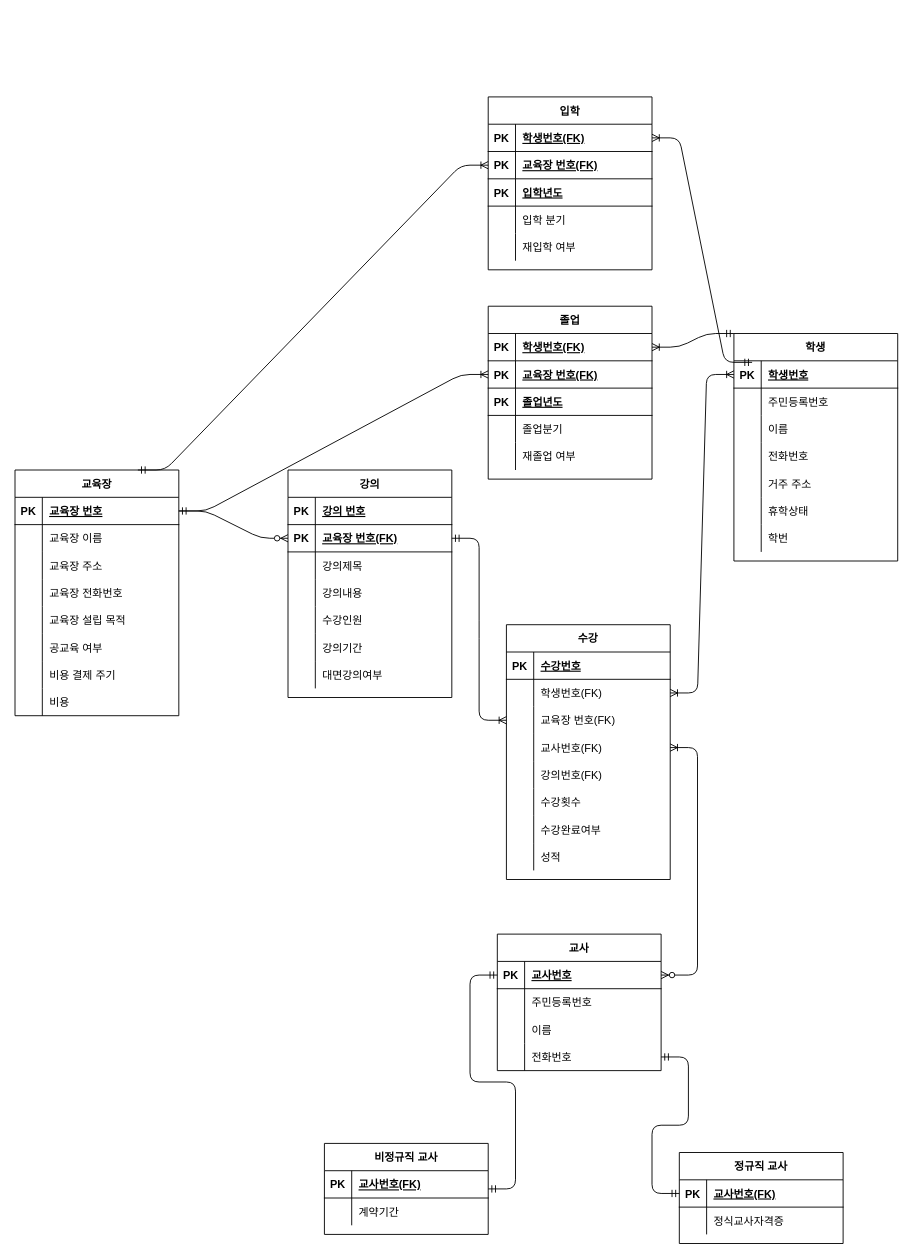
iks15174/block_crash_javascripte keeps this draw.io diagram as Untitled Diagram.drawio. Above is the earlier version. Source tidied: cells renumbered, new cells numbered last; positions are measured from the earlier drawing's top-left corner, leaving out a move shared by most shapes. Both pictures are drawn from the tidied source at 91%, with x=0, y=0 at pixel (15, 96).
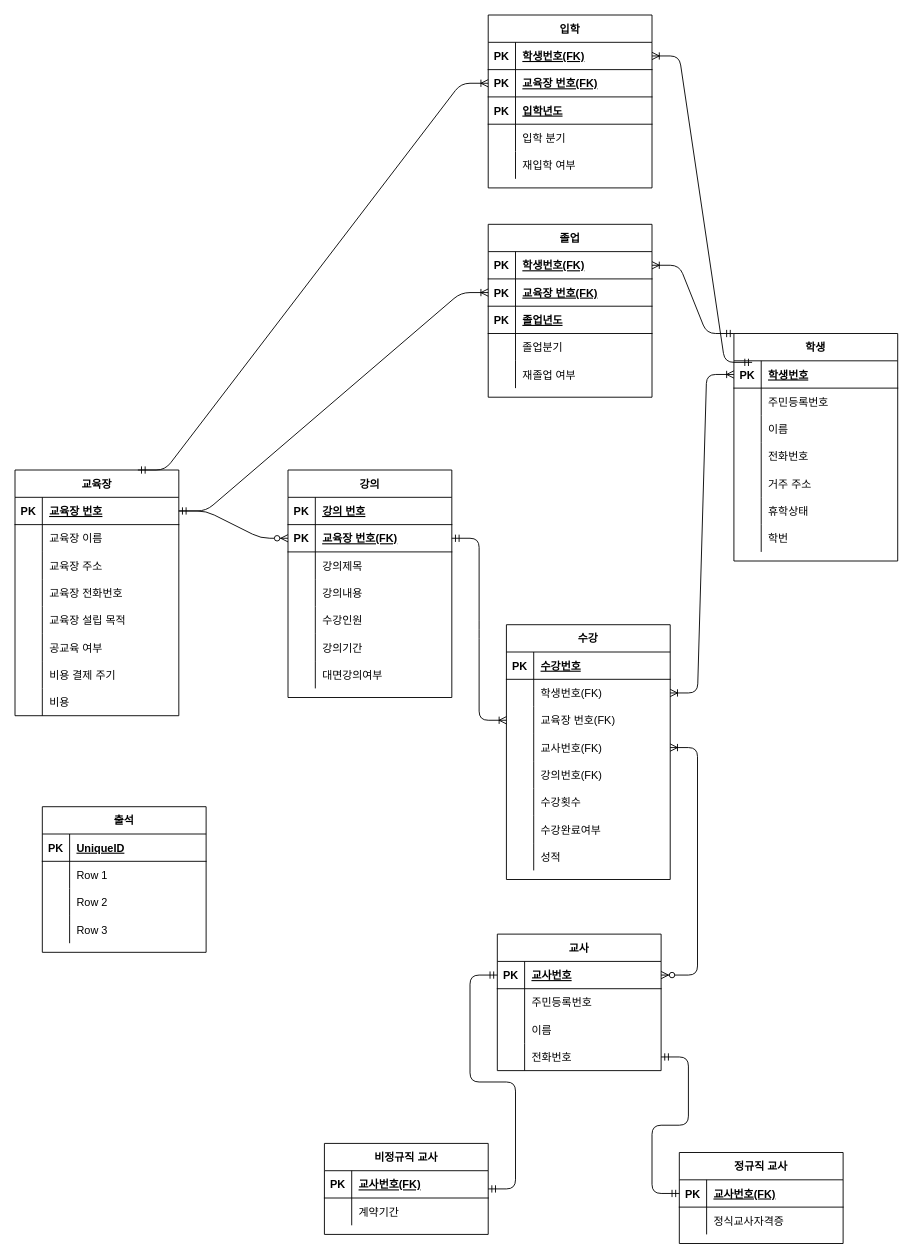
The same diagram, later.

Change to the diagram source:
```diff
@@
     <mxCell id="129" value="입학" style="shape=table;startSize=30;childLayout=tableLayout;rowLines=0;fontStyle=1;align=center;" parent="1" vertex="1">
-      <mxGeometry x="520" width="180" height="190" as="geometry" />
+      <mxGeometry x="520" y="-90" width="180" height="190" as="geometry" />
     </mxCell>
@@
     <mxCell id="145" value="졸업" style="shape=table;startSize=30;childLayout=tableLayout;rowLines=0;fontStyle=1;align=center;" parent="1" vertex="1">
-      <mxGeometry x="520" y="230" width="180" height="190" as="geometry" />
+      <mxGeometry x="520" y="140" width="180" height="190" as="geometry" />
     </mxCell>
@@
+    <mxCell id="165" value="출석" style="shape=table;startSize=30;childLayout=tableLayout;rowLines=0;fontStyle=1;align=center;" parent="1" vertex="1">
+      <mxGeometry x="30" y="780" width="180" height="160" as="geometry" />
+    </mxCell>
+    <mxCell id="166" style="shape=partialRectangle;fillColor=none;top=0;left=0;bottom=1;right=0;" parent="165" vertex="1">
+      <mxGeometry y="30" width="180" height="30" as="geometry" />
+    </mxCell>
+    <mxCell id="167" value="PK" style="shape=partialRectangle;fillColor=none;top=0;left=0;bottom=0;right=0;fontStyle=1;overflow=hidden;" parent="166" vertex="1">
+      <mxGeometry width="30" height="30" as="geometry" />
+    </mxCell>
+    <mxCell id="168" value="UniqueID" style="shape=partialRectangle;fillColor=none;top=0;left=0;bottom=0;right=0;align=left;spacingLeft=6;fontStyle=5;overflow=hidden;" parent="166" vertex="1">
+      <mxGeometry x="30" width="150" height="30" as="geometry" />
+    </mxCell>
+    <mxCell id="169" style="shape=partialRectangle;fillColor=none;top=0;left=0;bottom=0;right=0;" parent="165" vertex="1">
+      <mxGeometry y="60" width="180" height="30" as="geometry" />
+    </mxCell>
+    <mxCell id="170" style="shape=partialRectangle;fillColor=none;top=0;left=0;bottom=0;right=0;overflow=hidden;" parent="169" vertex="1">
+      <mxGeometry width="30" height="30" as="geometry" />
+    </mxCell>
+    <mxCell id="171" value="Row 1" style="shape=partialRectangle;fillColor=none;top=0;left=0;bottom=0;right=0;align=left;spacingLeft=6;overflow=hidden;" parent="169" vertex="1">
+      <mxGeometry x="30" width="150" height="30" as="geometry" />
+    </mxCell>
+    <mxCell id="172" style="shape=partialRectangle;fillColor=none;top=0;left=0;bottom=0;right=0;" parent="165" vertex="1">
+      <mxGeometry y="90" width="180" height="30" as="geometry" />
+    </mxCell>
+    <mxCell id="173" style="shape=partialRectangle;fillColor=none;top=0;left=0;bottom=0;right=0;overflow=hidden;" parent="172" vertex="1">
+      <mxGeometry width="30" height="30" as="geometry" />
+    </mxCell>
+    <mxCell id="174" value="Row 2" style="shape=partialRectangle;fillColor=none;top=0;left=0;bottom=0;right=0;align=left;spacingLeft=6;overflow=hidden;" parent="172" vertex="1">
+      <mxGeometry x="30" width="150" height="30" as="geometry" />
+    </mxCell>
+    <mxCell id="175" style="shape=partialRectangle;fillColor=none;top=0;left=0;bottom=0;right=0;" parent="165" vertex="1">
+      <mxGeometry y="120" width="180" height="30" as="geometry" />
+    </mxCell>
+    <mxCell id="176" style="shape=partialRectangle;fillColor=none;top=0;left=0;bottom=0;right=0;overflow=hidden;" parent="175" vertex="1">
+      <mxGeometry width="30" height="30" as="geometry" />
+    </mxCell>
+    <mxCell id="177" value="Row 3" style="shape=partialRectangle;fillColor=none;top=0;left=0;bottom=0;right=0;align=left;spacingLeft=6;overflow=hidden;" parent="175" vertex="1">
+      <mxGeometry x="30" width="150" height="30" as="geometry" />
+    </mxCell>
```
